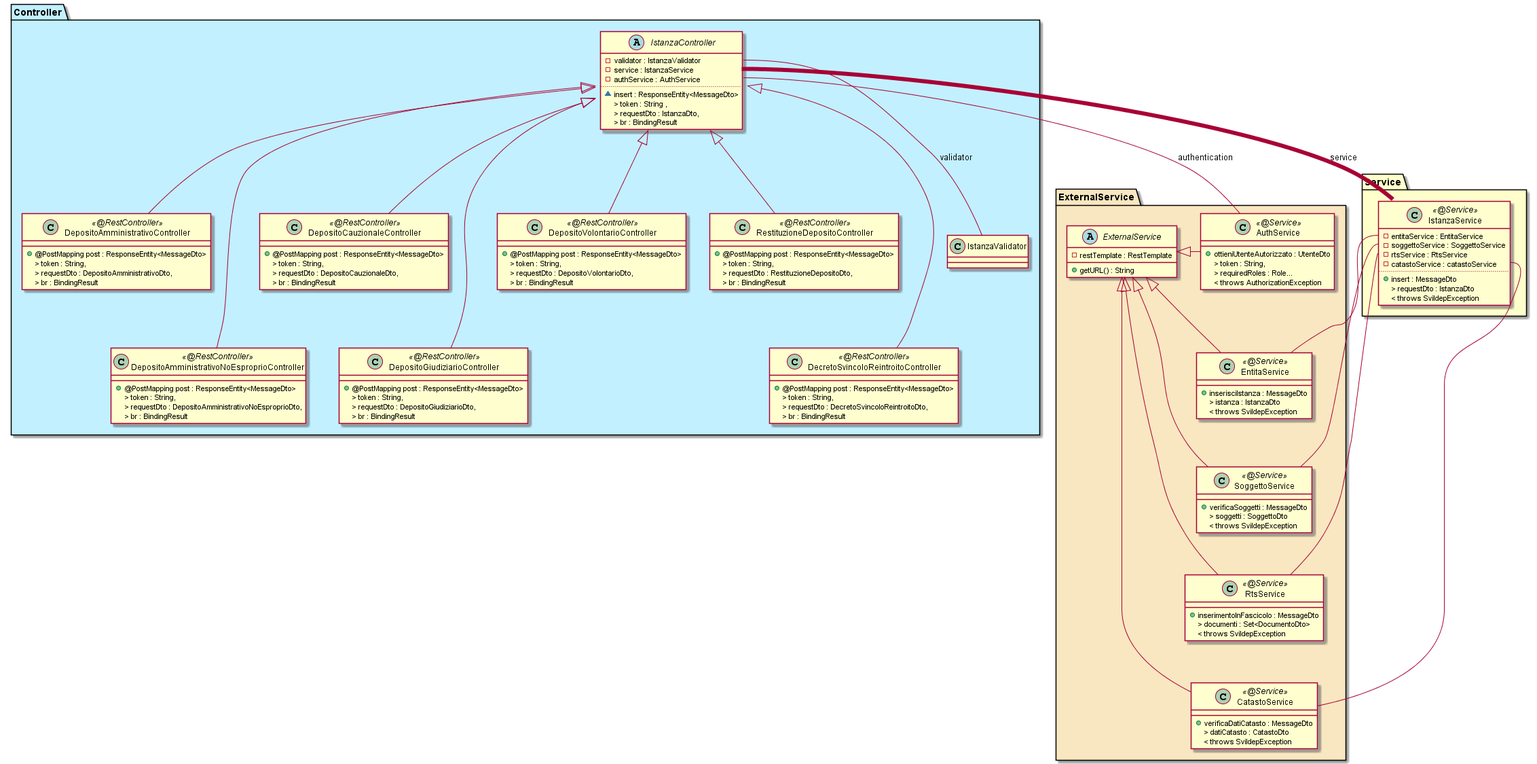
Above: z-uml/class-diagram.png in Tiberio-B/inserimento-istanze-service (PlantUML), before the change.
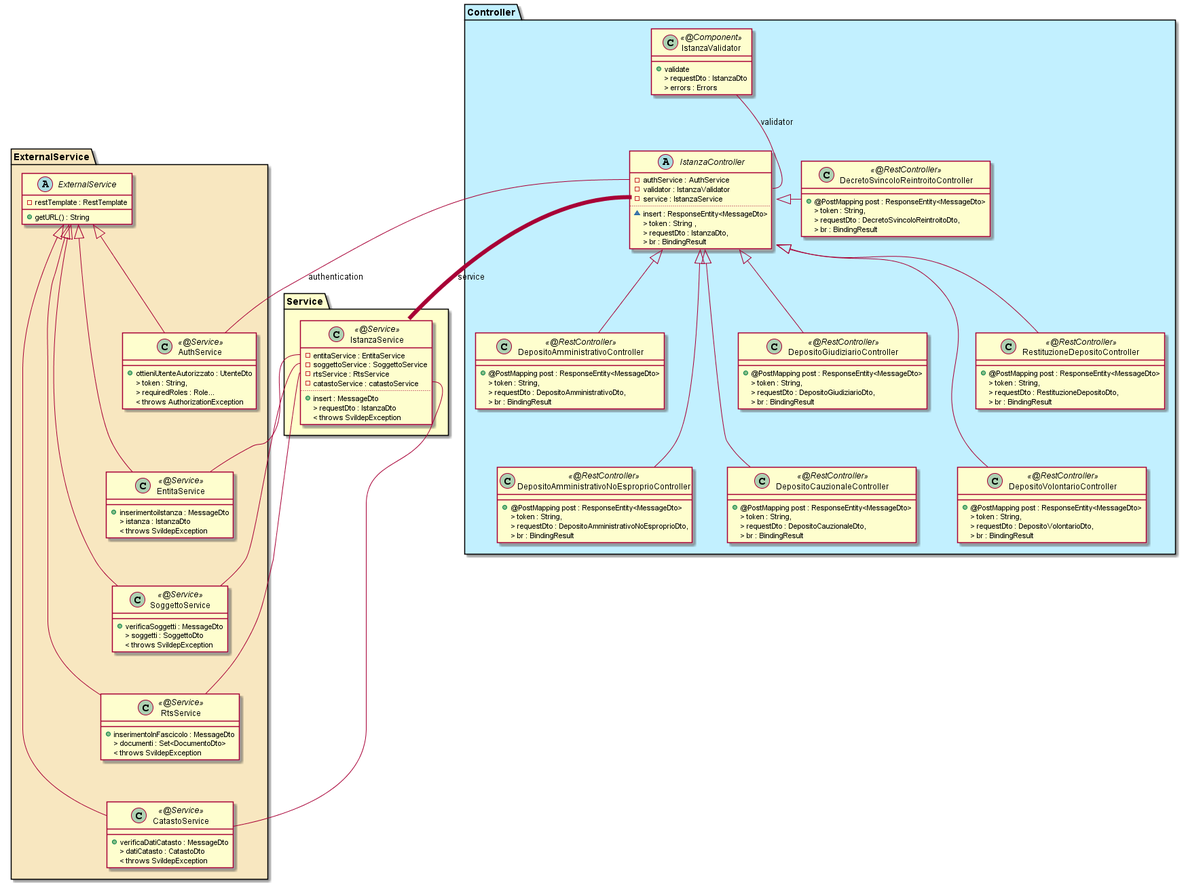
The same file after the commit.

What changed in the source:
```diff
@@ -1,10 +1,11 @@
 @startuml
+
 
 	package "Controller" as contr #Application {
 		abstract class IstanzaController {
+			- {field} authService : AuthService
 			- {field} validator : IstanzaValidator
 			- {field} service : IstanzaService
-			- {field} authService : AuthService
 			..
 			~ {method} insert : ResponseEntity<MessageDto>
 			> {method} token : String ,
@@ -53,16 +54,19 @@
 			> {method} requestDto : RestituzioneDepositoDto,
 			> {method} br : BindingResult
 		}
+		class IstanzaValidator << @Component >> {
+			+ {method} validate
+			> {method} requestDto : IstanzaDto
+			> {method} errors : Errors
+		}
 
 		class DepositoAmministrativoController extends IstanzaController
 		class DepositoAmministrativoNoEsproprioController extends IstanzaController
   		class DepositoCauzionaleController extends IstanzaController
 		class DepositoGiudiziarioController extends IstanzaController
 		class RestituzioneDepositoController extends IstanzaController
-		class DecretoSvincoloReintroitoController extends IstanzaController
 		class DepositoVolontarioController extends IstanzaController
-
-		class IstanzaValidator
+		DecretoSvincoloReintroitoController -left-|> IstanzaController
 	}
 
 	package "Service" as serv #Business {
@@ -78,7 +82,7 @@
 		}
 	}
 
-	package "ExternalService" as ext #Strategy {
+	package "ExternalService" as zext #Strategy {
 		abstract class ExternalService {
 			- {field} restTemplate : RestTemplate
 			+ {method} getURL() : String
@@ -90,7 +94,7 @@
 			< {method} throws AuthorizationException
 		}
 		class EntitaService << @Service >> {
-			+ {method} inserisciIstanza : MessageDto
+			+ {method} inserimentoiIstanza : MessageDto
 			> {method} istanza : IstanzaDto
 			< {method} throws SvildepException
 		}
@@ -111,9 +115,9 @@
 		}
 	}
 
-		IstanzaController::service -down[thickness=6]- IstanzaService : service
+		IstanzaController::service -right[thickness=6]- IstanzaService : service
 		IstanzaController::authService -- AuthService : authentication
-		IstanzaController::validator -- IstanzaValidator : validator
+		IstanzaController::validator -up- IstanzaValidator : validator
 
 		IstanzaService::soggettoService -- SoggettoService
 		IstanzaService::rtsService -- RtsService
@@ -125,15 +129,15 @@
 		SoggettoService -[hidden]down- RtsService
 		RtsService -[hidden]down- CatastoService
 
-		AuthService -left-|> ExternalService
-		EntitaService -left-|> ExternalService
-		SoggettoService -left-|> ExternalService
-		RtsService -left-|> ExternalService
-		CatastoService -left-|> ExternalService
+		class AuthService extends ExternalService
+		class EntitaService extends ExternalService
+		class SoggettoService extends ExternalService
+		class RtsService extends ExternalService
+		class CatastoService extends ExternalService
 
+		DepositoGiudiziarioController -[hidden]down- DepositoCauzionaleController
 		DepositoAmministrativoController -[hidden]down- DepositoAmministrativoNoEsproprioController
-		DepositoCauzionaleController -[hidden]down- DepositoGiudiziarioController
-		RestituzioneDepositoController -[hidden]down- DecretoSvincoloReintroitoController
+		RestituzioneDepositoController -[hidden]down- DepositoVolontarioController
 
 
 
```
